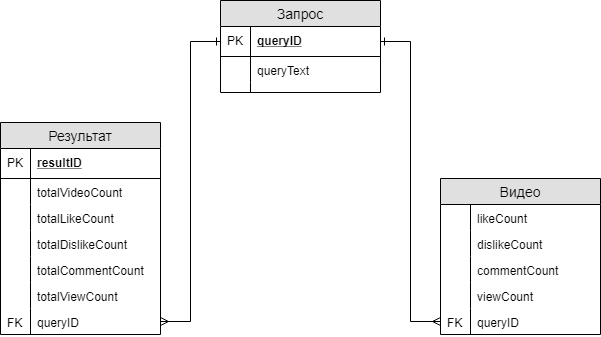
Before: YouTubeDB.png, a diagram exported from draw.io (Xander11rgn/YouTube-Study-Analytics). Source tidied: cells renumbered, new cells last; positions are measured from the earlier drawing's top-left corner, leaving out a move shared by most shapes. The source it was exported from:
```xml
<mxGraphModel>
  <root>
    <mxCell id="0" />
    <mxCell id="1" parent="0" />
    <mxCell id="2" value="Запрос" style="swimlane;fontStyle=0;horizontal=1;startSize=26;fillColor=#e0e0e0;swimlaneFillColor=#ffffff;align=center;fontSize=14;" parent="1" vertex="1">
      <mxGeometry x="220" width="160" height="92" as="geometry" />
    </mxCell>
    <mxCell id="3" value="queryID" style="shape=partialRectangle;top=0;left=0;right=0;bottom=1;align=left;verticalAlign=middle;fillColor=none;spacingLeft=34;spacingRight=4;overflow=hidden;points=[[0,0.5],[1,0.5]];portConstraint=eastwest;fontStyle=5;fontSize=12;" parent="2" vertex="1">
      <mxGeometry y="26" width="160" height="30" as="geometry" />
    </mxCell>
    <mxCell id="4" value="PK" style="shape=partialRectangle;top=0;left=0;bottom=0;fillColor=none;align=left;verticalAlign=middle;spacingLeft=4;spacingRight=4;overflow=hidden;fontSize=12;" parent="3" vertex="1">
      <mxGeometry width="30" height="30" as="geometry" />
    </mxCell>
    <mxCell id="5" value="queryText" style="shape=partialRectangle;top=0;left=0;right=0;bottom=0;align=left;verticalAlign=top;fillColor=none;spacingLeft=34;spacingRight=4;overflow=hidden;fontSize=12;" parent="2" vertex="1">
      <mxGeometry y="56" width="160" height="26" as="geometry" />
    </mxCell>
    <mxCell id="6" style="shape=partialRectangle;top=0;left=0;bottom=0;fillColor=none;align=left;verticalAlign=top;spacingLeft=4;spacingRight=4;overflow=hidden;fontSize=12;" parent="5" vertex="1">
      <mxGeometry width="30" height="26" as="geometry" />
    </mxCell>
    <mxCell id="7" style="shape=partialRectangle;top=0;left=0;right=0;bottom=0;align=left;verticalAlign=top;fillColor=none;spacingLeft=34;spacingRight=4;overflow=hidden;fontSize=12;" parent="2" vertex="1">
      <mxGeometry y="82" width="160" height="10" as="geometry" />
    </mxCell>
    <mxCell id="8" style="shape=partialRectangle;top=0;left=0;bottom=0;fillColor=none;align=left;verticalAlign=top;spacingLeft=4;spacingRight=4;overflow=hidden;fontSize=12;" parent="7" vertex="1">
      <mxGeometry width="30" height="10" as="geometry" />
    </mxCell>
    <mxCell id="9" value="Результат" style="swimlane;fontStyle=0;horizontal=1;startSize=26;fillColor=#e0e0e0;swimlaneFillColor=#ffffff;align=center;fontSize=14;" parent="1" vertex="1">
      <mxGeometry y="122" width="160" height="212" as="geometry" />
    </mxCell>
    <mxCell id="10" value="resultID" style="shape=partialRectangle;top=0;left=0;right=0;bottom=1;align=left;verticalAlign=middle;fillColor=none;spacingLeft=34;spacingRight=4;overflow=hidden;fontStyle=5;fontSize=12;" parent="9" vertex="1">
      <mxGeometry y="26" width="160" height="30" as="geometry" />
    </mxCell>
    <mxCell id="11" value="PK" style="shape=partialRectangle;top=0;left=0;bottom=0;fillColor=none;align=left;verticalAlign=middle;spacingLeft=4;spacingRight=4;overflow=hidden;fontSize=12;" parent="10" vertex="1">
      <mxGeometry width="30" height="30" as="geometry" />
    </mxCell>
    <mxCell id="12" value="totalVideoCount" style="shape=partialRectangle;top=0;left=0;right=0;bottom=0;align=left;verticalAlign=top;fillColor=none;spacingLeft=34;spacingRight=4;overflow=hidden;fontSize=12;" parent="9" vertex="1">
      <mxGeometry y="56" width="160" height="26" as="geometry" />
    </mxCell>
    <mxCell id="13" style="shape=partialRectangle;top=0;left=0;bottom=0;fillColor=none;align=left;verticalAlign=top;spacingLeft=4;spacingRight=4;overflow=hidden;fontSize=12;" parent="12" vertex="1">
      <mxGeometry width="30" height="26" as="geometry" />
    </mxCell>
    <mxCell id="14" value="totalLikeCount" style="shape=partialRectangle;top=0;left=0;right=0;bottom=0;align=left;verticalAlign=top;fillColor=none;spacingLeft=34;spacingRight=4;overflow=hidden;fontSize=12;" parent="9" vertex="1">
      <mxGeometry y="82" width="160" height="26" as="geometry" />
    </mxCell>
    <mxCell id="15" style="shape=partialRectangle;top=0;left=0;bottom=0;fillColor=none;align=left;verticalAlign=top;spacingLeft=4;spacingRight=4;overflow=hidden;fontSize=12;" parent="14" vertex="1">
      <mxGeometry width="30" height="26" as="geometry" />
    </mxCell>
    <mxCell id="16" value="totalDislikeCount" style="shape=partialRectangle;top=0;left=0;right=0;bottom=0;align=left;verticalAlign=top;fillColor=none;spacingLeft=34;spacingRight=4;overflow=hidden;fontSize=12;" parent="9" vertex="1">
      <mxGeometry y="108" width="160" height="26" as="geometry" />
    </mxCell>
    <mxCell id="17" style="shape=partialRectangle;top=0;left=0;bottom=0;fillColor=none;align=left;verticalAlign=top;spacingLeft=4;spacingRight=4;overflow=hidden;fontSize=12;" parent="16" vertex="1">
      <mxGeometry width="30" height="26" as="geometry" />
    </mxCell>
    <mxCell id="18" value="totalCommentCount" style="shape=partialRectangle;top=0;left=0;right=0;bottom=0;align=left;verticalAlign=top;fillColor=none;spacingLeft=34;spacingRight=4;overflow=hidden;fontSize=12;" parent="9" vertex="1">
      <mxGeometry y="134" width="160" height="26" as="geometry" />
    </mxCell>
    <mxCell id="19" style="shape=partialRectangle;top=0;left=0;bottom=0;fillColor=none;align=left;verticalAlign=top;spacingLeft=4;spacingRight=4;overflow=hidden;fontSize=12;" parent="18" vertex="1">
      <mxGeometry width="30" height="26" as="geometry" />
    </mxCell>
    <mxCell id="20" value="totalViewCount" style="shape=partialRectangle;top=0;left=0;right=0;bottom=0;align=left;verticalAlign=top;fillColor=none;spacingLeft=34;spacingRight=4;overflow=hidden;fontSize=12;" parent="9" vertex="1">
      <mxGeometry y="160" width="160" height="26" as="geometry" />
    </mxCell>
    <mxCell id="21" style="shape=partialRectangle;top=0;left=0;bottom=0;fillColor=none;align=left;verticalAlign=top;spacingLeft=4;spacingRight=4;overflow=hidden;fontSize=12;" parent="20" vertex="1">
      <mxGeometry width="30" height="26" as="geometry" />
    </mxCell>
    <mxCell id="22" value="queryID" style="shape=partialRectangle;top=0;left=0;right=0;bottom=0;align=left;verticalAlign=top;fillColor=none;spacingLeft=34;spacingRight=4;overflow=hidden;points=[[0,0.5],[1,0.5]];portConstraint=eastwest;fontSize=12;" parent="9" vertex="1">
      <mxGeometry y="186" width="160" height="26" as="geometry" />
    </mxCell>
    <mxCell id="23" value="FK" style="shape=partialRectangle;top=0;left=0;bottom=0;fillColor=none;align=left;verticalAlign=top;spacingLeft=4;spacingRight=4;overflow=hidden;fontSize=12;" parent="22" vertex="1">
      <mxGeometry width="30" height="26" as="geometry" />
    </mxCell>
    <mxCell id="24" style="edgeStyle=orthogonalEdgeStyle;rounded=0;jettySize=auto;html=1;exitX=0;exitY=0.5;exitDx=0;exitDy=0;entryX=1;entryY=0.5;entryDx=0;entryDy=0;startArrow=ERone;startFill=0;endArrow=ERmany;endFill=0;" parent="1" edge="1" source="3" target="22">
      <mxGeometry relative="1" as="geometry" />
    </mxCell>
    <mxCell id="25" value="Видео" style="swimlane;fontStyle=0;horizontal=1;startSize=26;fillColor=#e0e0e0;swimlaneFillColor=#ffffff;align=center;fontSize=14;" parent="1" vertex="1">
      <mxGeometry x="440" y="178" width="160" height="156" as="geometry" />
    </mxCell>
    <mxCell id="26" value="likeCount" style="shape=partialRectangle;top=0;left=0;right=0;bottom=0;align=left;verticalAlign=top;fillColor=none;spacingLeft=34;spacingRight=4;overflow=hidden;fontSize=12;" parent="25" vertex="1">
      <mxGeometry y="26" width="160" height="26" as="geometry" />
    </mxCell>
    <mxCell id="27" style="shape=partialRectangle;top=0;left=0;bottom=0;fillColor=none;align=left;verticalAlign=top;spacingLeft=4;spacingRight=4;overflow=hidden;fontSize=12;" parent="26" vertex="1">
      <mxGeometry width="30" height="26" as="geometry" />
    </mxCell>
    <mxCell id="28" value="dislikeCount" style="shape=partialRectangle;top=0;left=0;right=0;bottom=0;align=left;verticalAlign=top;fillColor=none;spacingLeft=34;spacingRight=4;overflow=hidden;fontSize=12;" parent="25" vertex="1">
      <mxGeometry y="52" width="160" height="26" as="geometry" />
    </mxCell>
    <mxCell id="29" style="shape=partialRectangle;top=0;left=0;bottom=0;fillColor=none;align=left;verticalAlign=top;spacingLeft=4;spacingRight=4;overflow=hidden;fontSize=12;" parent="28" vertex="1">
      <mxGeometry width="30" height="26" as="geometry" />
    </mxCell>
    <mxCell id="30" value="commentCount" style="shape=partialRectangle;top=0;left=0;right=0;bottom=0;align=left;verticalAlign=top;fillColor=none;spacingLeft=34;spacingRight=4;overflow=hidden;fontSize=12;" parent="25" vertex="1">
      <mxGeometry y="78" width="160" height="26" as="geometry" />
    </mxCell>
    <mxCell id="31" style="shape=partialRectangle;top=0;left=0;bottom=0;fillColor=none;align=left;verticalAlign=top;spacingLeft=4;spacingRight=4;overflow=hidden;fontSize=12;" parent="30" vertex="1">
      <mxGeometry width="30" height="26" as="geometry" />
    </mxCell>
    <mxCell id="32" value="viewCount" style="shape=partialRectangle;top=0;left=0;right=0;bottom=0;align=left;verticalAlign=top;fillColor=none;spacingLeft=34;spacingRight=4;overflow=hidden;fontSize=12;" parent="25" vertex="1">
      <mxGeometry y="104" width="160" height="26" as="geometry" />
    </mxCell>
    <mxCell id="33" style="shape=partialRectangle;top=0;left=0;bottom=0;fillColor=none;align=left;verticalAlign=top;spacingLeft=4;spacingRight=4;overflow=hidden;fontSize=12;" parent="32" vertex="1">
      <mxGeometry width="30" height="26" as="geometry" />
    </mxCell>
    <mxCell id="34" value="queryID" style="shape=partialRectangle;top=0;left=0;right=0;bottom=0;align=left;verticalAlign=top;fillColor=none;spacingLeft=34;spacingRight=4;overflow=hidden;points=[[0,0.5],[1,0.5]];portConstraint=eastwest;fontSize=12;" parent="25" vertex="1">
      <mxGeometry y="130" width="160" height="26" as="geometry" />
    </mxCell>
    <mxCell id="35" value="FK" style="shape=partialRectangle;top=0;left=0;bottom=0;fillColor=none;align=left;verticalAlign=top;spacingLeft=4;spacingRight=4;overflow=hidden;fontSize=12;" parent="34" vertex="1">
      <mxGeometry width="30" height="26" as="geometry" />
    </mxCell>
    <mxCell id="36" style="edgeStyle=orthogonalEdgeStyle;rounded=0;jettySize=auto;html=1;exitX=1;exitY=0.5;exitDx=0;exitDy=0;entryX=0;entryY=0.5;entryDx=0;entryDy=0;startArrow=ERone;startFill=0;endArrow=ERmany;endFill=0;" parent="1" edge="1" source="3" target="34">
      <mxGeometry relative="1" as="geometry" />
    </mxCell>
  </root>
</mxGraphModel>
```
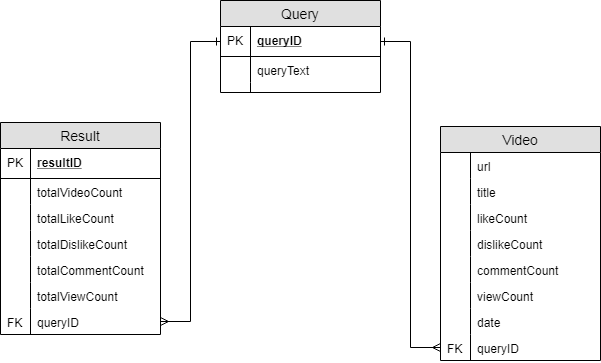
The same diagram one commit later.

Change to the diagram source:
```diff
@@ -2,7 +2,7 @@
   <root>
     <mxCell id="0" />
     <mxCell id="1" parent="0" />
-    <mxCell id="2" value="Запрос" style="swimlane;fontStyle=0;horizontal=1;startSize=26;fillColor=#e0e0e0;swimlaneFillColor=#ffffff;align=center;fontSize=14;" parent="1" vertex="1">
+    <mxCell id="2" value="Query" style="swimlane;fontStyle=0;horizontal=1;startSize=26;fillColor=#e0e0e0;swimlaneFillColor=#ffffff;align=center;fontSize=14;" parent="1" vertex="1">
       <mxGeometry x="220" width="160" height="92" as="geometry" />
     </mxCell>
     <mxCell id="3" value="queryID" style="shape=partialRectangle;top=0;left=0;right=0;bottom=1;align=left;verticalAlign=middle;fillColor=none;spacingLeft=34;spacingRight=4;overflow=hidden;points=[[0,0.5],[1,0.5]];portConstraint=eastwest;fontStyle=5;fontSize=12;" parent="2" vertex="1">
@@ -23,7 +23,7 @@
     <mxCell id="8" style="shape=partialRectangle;top=0;left=0;bottom=0;fillColor=none;align=left;verticalAlign=top;spacingLeft=4;spacingRight=4;overflow=hidden;fontSize=12;" parent="7" vertex="1">
       <mxGeometry width="30" height="10" as="geometry" />
     </mxCell>
-    <mxCell id="9" value="Результат" style="swimlane;fontStyle=0;horizontal=1;startSize=26;fillColor=#e0e0e0;swimlaneFillColor=#ffffff;align=center;fontSize=14;" parent="1" vertex="1">
+    <mxCell id="9" value="Result" style="swimlane;fontStyle=0;horizontal=1;startSize=26;fillColor=#e0e0e0;swimlaneFillColor=#ffffff;align=center;fontSize=14;" parent="1" vertex="1">
       <mxGeometry y="122" width="160" height="212" as="geometry" />
     </mxCell>
     <mxCell id="10" value="resultID" style="shape=partialRectangle;top=0;left=0;right=0;bottom=1;align=left;verticalAlign=middle;fillColor=none;spacingLeft=34;spacingRight=4;overflow=hidden;fontStyle=5;fontSize=12;" parent="9" vertex="1">
@@ -71,41 +71,59 @@
     <mxCell id="24" style="edgeStyle=orthogonalEdgeStyle;rounded=0;jettySize=auto;html=1;exitX=0;exitY=0.5;exitDx=0;exitDy=0;entryX=1;entryY=0.5;entryDx=0;entryDy=0;startArrow=ERone;startFill=0;endArrow=ERmany;endFill=0;" parent="1" edge="1" source="3" target="22">
       <mxGeometry relative="1" as="geometry" />
     </mxCell>
-    <mxCell id="25" value="Видео" style="swimlane;fontStyle=0;horizontal=1;startSize=26;fillColor=#e0e0e0;swimlaneFillColor=#ffffff;align=center;fontSize=14;" parent="1" vertex="1">
-      <mxGeometry x="440" y="178" width="160" height="156" as="geometry" />
+    <mxCell id="25" value="Video" style="swimlane;fontStyle=0;horizontal=1;startSize=26;fillColor=#e0e0e0;swimlaneFillColor=#ffffff;align=center;fontSize=14;" parent="1" vertex="1">
+      <mxGeometry x="440" y="126" width="160" height="234" as="geometry" />
     </mxCell>
-    <mxCell id="26" value="likeCount" style="shape=partialRectangle;top=0;left=0;right=0;bottom=0;align=left;verticalAlign=top;fillColor=none;spacingLeft=34;spacingRight=4;overflow=hidden;fontSize=12;" parent="25" vertex="1">
+    <mxCell id="26" value="url" style="shape=partialRectangle;top=0;left=0;right=0;bottom=0;align=left;verticalAlign=top;fillColor=none;spacingLeft=34;spacingRight=4;overflow=hidden;fontSize=12;" parent="25" vertex="1">
       <mxGeometry y="26" width="160" height="26" as="geometry" />
     </mxCell>
     <mxCell id="27" style="shape=partialRectangle;top=0;left=0;bottom=0;fillColor=none;align=left;verticalAlign=top;spacingLeft=4;spacingRight=4;overflow=hidden;fontSize=12;" parent="26" vertex="1">
       <mxGeometry width="30" height="26" as="geometry" />
     </mxCell>
-    <mxCell id="28" value="dislikeCount" style="shape=partialRectangle;top=0;left=0;right=0;bottom=0;align=left;verticalAlign=top;fillColor=none;spacingLeft=34;spacingRight=4;overflow=hidden;fontSize=12;" parent="25" vertex="1">
+    <mxCell id="28" value="title" style="shape=partialRectangle;top=0;left=0;right=0;bottom=0;align=left;verticalAlign=top;fillColor=none;spacingLeft=34;spacingRight=4;overflow=hidden;fontSize=12;" parent="25" vertex="1">
       <mxGeometry y="52" width="160" height="26" as="geometry" />
     </mxCell>
     <mxCell id="29" style="shape=partialRectangle;top=0;left=0;bottom=0;fillColor=none;align=left;verticalAlign=top;spacingLeft=4;spacingRight=4;overflow=hidden;fontSize=12;" parent="28" vertex="1">
       <mxGeometry width="30" height="26" as="geometry" />
     </mxCell>
-    <mxCell id="30" value="commentCount" style="shape=partialRectangle;top=0;left=0;right=0;bottom=0;align=left;verticalAlign=top;fillColor=none;spacingLeft=34;spacingRight=4;overflow=hidden;fontSize=12;" parent="25" vertex="1">
+    <mxCell id="30" value="likeCount" style="shape=partialRectangle;top=0;left=0;right=0;bottom=0;align=left;verticalAlign=top;fillColor=none;spacingLeft=34;spacingRight=4;overflow=hidden;fontSize=12;" parent="25" vertex="1">
       <mxGeometry y="78" width="160" height="26" as="geometry" />
     </mxCell>
     <mxCell id="31" style="shape=partialRectangle;top=0;left=0;bottom=0;fillColor=none;align=left;verticalAlign=top;spacingLeft=4;spacingRight=4;overflow=hidden;fontSize=12;" parent="30" vertex="1">
       <mxGeometry width="30" height="26" as="geometry" />
     </mxCell>
-    <mxCell id="32" value="viewCount" style="shape=partialRectangle;top=0;left=0;right=0;bottom=0;align=left;verticalAlign=top;fillColor=none;spacingLeft=34;spacingRight=4;overflow=hidden;fontSize=12;" parent="25" vertex="1">
+    <mxCell id="32" value="dislikeCount" style="shape=partialRectangle;top=0;left=0;right=0;bottom=0;align=left;verticalAlign=top;fillColor=none;spacingLeft=34;spacingRight=4;overflow=hidden;fontSize=12;" parent="25" vertex="1">
       <mxGeometry y="104" width="160" height="26" as="geometry" />
     </mxCell>
     <mxCell id="33" style="shape=partialRectangle;top=0;left=0;bottom=0;fillColor=none;align=left;verticalAlign=top;spacingLeft=4;spacingRight=4;overflow=hidden;fontSize=12;" parent="32" vertex="1">
       <mxGeometry width="30" height="26" as="geometry" />
     </mxCell>
-    <mxCell id="34" value="queryID" style="shape=partialRectangle;top=0;left=0;right=0;bottom=0;align=left;verticalAlign=top;fillColor=none;spacingLeft=34;spacingRight=4;overflow=hidden;points=[[0,0.5],[1,0.5]];portConstraint=eastwest;fontSize=12;" parent="25" vertex="1">
+    <mxCell id="34" value="commentCount" style="shape=partialRectangle;top=0;left=0;right=0;bottom=0;align=left;verticalAlign=top;fillColor=none;spacingLeft=34;spacingRight=4;overflow=hidden;points=[[0,0.5],[1,0.5]];portConstraint=eastwest;fontSize=12;" parent="25" vertex="1">
       <mxGeometry y="130" width="160" height="26" as="geometry" />
     </mxCell>
-    <mxCell id="35" value="FK" style="shape=partialRectangle;top=0;left=0;bottom=0;fillColor=none;align=left;verticalAlign=top;spacingLeft=4;spacingRight=4;overflow=hidden;fontSize=12;" parent="34" vertex="1">
+    <mxCell id="35" style="shape=partialRectangle;top=0;left=0;bottom=0;fillColor=none;align=left;verticalAlign=top;spacingLeft=4;spacingRight=4;overflow=hidden;fontSize=12;" parent="34" vertex="1">
       <mxGeometry width="30" height="26" as="geometry" />
     </mxCell>
-    <mxCell id="36" style="edgeStyle=orthogonalEdgeStyle;rounded=0;jettySize=auto;html=1;exitX=1;exitY=0.5;exitDx=0;exitDy=0;entryX=0;entryY=0.5;entryDx=0;entryDy=0;startArrow=ERone;startFill=0;endArrow=ERmany;endFill=0;" parent="1" edge="1" source="3" target="34">
-      <mxGeometry relative="1" as="geometry" />
+    <mxCell id="36" value="viewCount" style="shape=partialRectangle;top=0;left=0;right=0;bottom=0;align=left;verticalAlign=top;fillColor=none;spacingLeft=34;spacingRight=4;overflow=hidden;fontSize=12;" parent="25" vertex="1">
+      <mxGeometry y="156" width="160" height="26" as="geometry" />
     </mxCell>
+    <mxCell id="37" style="shape=partialRectangle;top=0;left=0;bottom=0;fillColor=none;align=left;verticalAlign=top;spacingLeft=4;spacingRight=4;overflow=hidden;fontSize=12;" parent="36" vertex="1">
+      <mxGeometry width="30" height="26" as="geometry" />
+    </mxCell>
+    <mxCell id="38" value="date" style="shape=partialRectangle;top=0;left=0;right=0;bottom=0;align=left;verticalAlign=top;fillColor=none;spacingLeft=34;spacingRight=4;overflow=hidden;fontSize=12;" parent="25" vertex="1">
+      <mxGeometry y="182" width="160" height="26" as="geometry" />
+    </mxCell>
+    <mxCell id="39" style="shape=partialRectangle;top=0;left=0;bottom=0;fillColor=none;align=left;verticalAlign=top;spacingLeft=4;spacingRight=4;overflow=hidden;fontSize=12;" parent="38" vertex="1">
+      <mxGeometry width="30" height="26" as="geometry" />
+    </mxCell>
+    <mxCell id="40" value="queryID" style="shape=partialRectangle;top=0;left=0;right=0;bottom=0;align=left;verticalAlign=top;fillColor=none;spacingLeft=34;spacingRight=4;overflow=hidden;points=[[0,0.5],[1,0.5]];portConstraint=eastwest;fontSize=12;" parent="25" vertex="1">
+      <mxGeometry y="208" width="160" height="26" as="geometry" />
+    </mxCell>
+    <mxCell id="41" value="FK" style="shape=partialRectangle;top=0;left=0;bottom=0;fillColor=none;align=left;verticalAlign=top;spacingLeft=4;spacingRight=4;overflow=hidden;fontSize=12;" parent="40" vertex="1">
+      <mxGeometry width="30" height="26" as="geometry" />
+    </mxCell>
+    <mxCell id="42" style="edgeStyle=orthogonalEdgeStyle;rounded=0;jettySize=auto;html=1;exitX=1;exitY=0.5;exitDx=0;exitDy=0;entryX=0;entryY=0.5;entryDx=0;entryDy=0;startArrow=ERone;startFill=0;endArrow=ERmany;endFill=0;" parent="1" edge="1" source="3" target="40">
+      <mxGeometry relative="1" as="geometry" />
+    </mxCell>
   </root>
 </mxGraphModel>
```
